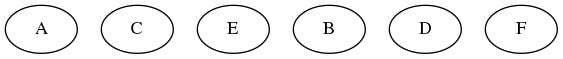
Earlier version of the Graphviz export Projeto_2/ordenacaoTop.dot.png (joaoadm94/tag-2019-2). Its source is kept beside it as Projeto_2/ordenacaoTop.dot. Its diagram source:
```dot
digraph OrdenacaoTopol {
"A" ;"C" ;"E" ;"B" ;"D" ;"F" ;
}
```
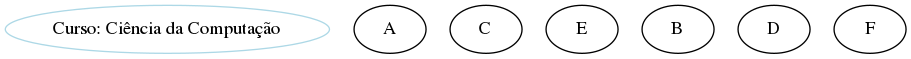
The same diagram one commit later.

Commit message:
nome do curso nos arquivos png

Change to the diagram source:
```diff
@@ -1,3 +1,3 @@
 digraph OrdenacaoTopol {
-"A" ;"C" ;"E" ;"B" ;"D" ;"F" ;
+ c [color=lightblue, label="Curso: Ciência da Computação"];"A" ;"C" ;"E" ;"B" ;"D" ;"F" ;
 }
```
